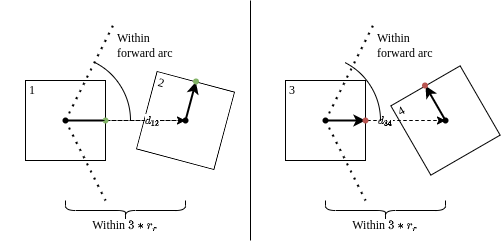
tianyilim/ic-fyp keeps this draw.io diagram as doc/Code Illus/dwa_replan_condition.drawio.png. Above is the earlier version. Source tidied: cells renumbered, new cells last; positions are measured from the earlier drawing's top-left corner, leaving out a move shared by most shapes.
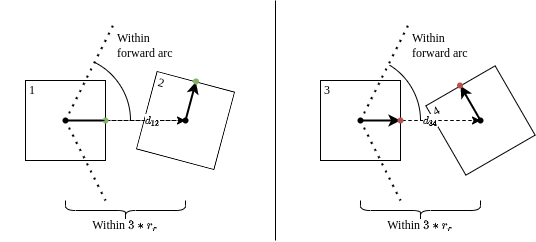
The same file after the commit.

Diff of the diagram source:
```diff
@@ -3,44 +3,44 @@
     <mxCell id="0" />
     <mxCell id="1" parent="0" />
     <mxCell id="2" value="1" style="whiteSpace=wrap;html=1;align=left;verticalAlign=top;spacingLeft=2;fontFamily=Comptuer Modern;fontSource=http%3A%2F%2Fmirrors.ctan.org%2Ffonts%2Fcm-unicode%2Ffonts%2Fotf%2Fcmunbxo.otf;spacingTop=-4;" parent="1" vertex="1">
-      <mxGeometry x="25" y="80" width="80" height="80" as="geometry" />
+      <mxGeometry y="80" width="80" height="80" as="geometry" />
     </mxCell>
     <mxCell id="3" value="2" style="whiteSpace=wrap;html=1;align=left;verticalAlign=top;spacingLeft=2;fontFamily=Comptuer Modern;fontSource=http%3A%2F%2Fmirrors.ctan.org%2Ffonts%2Fcm-unicode%2Ffonts%2Fotf%2Fcmunbxo.otf;rotation=15;spacingTop=-4;" parent="1" vertex="1">
-      <mxGeometry x="145" y="80" width="80" height="80" as="geometry" />
+      <mxGeometry x="120" y="80" width="80" height="80" as="geometry" />
     </mxCell>
     <mxCell id="4" style="endArrow=none;dashed=1;html=1;dashPattern=1 3;strokeWidth=2;rounded=0;fontFamily=Comptuer Modern;fontSource=http%3A%2F%2Fmirrors.ctan.org%2Ffonts%2Fcm-unicode%2Ffonts%2Fotf%2Fcmunbxo.otf;exitX=0.596;exitY=0.591;exitDx=0;exitDy=0;exitPerimeter=0;" parent="1" edge="1" source="6">
       <mxGeometry relative="1" as="geometry">
-        <mxPoint x="115" y="20" as="targetPoint" />
+        <mxPoint x="90" y="20" as="targetPoint" />
       </mxGeometry>
     </mxCell>
     <mxCell id="5" style="edgeStyle=orthogonalEdgeStyle;rounded=0;jettySize=auto;html=1;dashed=1;fontFamily=Comptuer Modern;fontSource=http%3A%2F%2Fmirrors.ctan.org%2Ffonts%2Fcm-unicode%2Ffonts%2Fotf%2Fcmunbxo.otf;" parent="1" edge="1" source="6" target="11">
       <mxGeometry relative="1" as="geometry" />
     </mxCell>
     <mxCell id="6" style="shape=waypoint;sketch=0;fillStyle=solid;size=6;points=[];fillColor=none;perimeter=centerPerimeter;snapToPoint=1;fontFamily=Comptuer Modern;fontSource=http%3A%2F%2Fmirrors.ctan.org%2Ffonts%2Fcm-unicode%2Ffonts%2Fotf%2Fcmunbxo.otf;" parent="1" vertex="1">
-      <mxGeometry x="45" y="100" width="40" height="40" as="geometry" />
+      <mxGeometry x="20" y="100" width="40" height="40" as="geometry" />
     </mxCell>
     <mxCell id="7" style="endArrow=none;dashed=1;html=1;dashPattern=1 3;strokeWidth=2;rounded=0;fontFamily=Comptuer Modern;fontSource=http%3A%2F%2Fmirrors.ctan.org%2Ffonts%2Fcm-unicode%2Ffonts%2Fotf%2Fcmunbxo.otf;exitX=0.578;exitY=0.471;exitDx=0;exitDy=0;exitPerimeter=0;" parent="1" edge="1" source="6">
       <mxGeometry relative="1" as="geometry">
-        <mxPoint x="105" y="200" as="targetPoint" />
+        <mxPoint x="80" y="200" as="targetPoint" />
       </mxGeometry>
     </mxCell>
     <mxCell id="8" style="shape=curlyBracket;whiteSpace=wrap;html=1;rounded=1;flipH=1;fontFamily=Comptuer Modern;fontSource=http%3A%2F%2Fmirrors.ctan.org%2Ffonts%2Fcm-unicode%2Ffonts%2Fotf%2Fcmunbxo.otf;rotation=90;" parent="1" vertex="1">
-      <mxGeometry x="115" y="150" width="20" height="120" as="geometry" />
+      <mxGeometry x="90" y="150" width="20" height="120" as="geometry" />
     </mxCell>
     <mxCell id="9" value="Within \(3*r_r\)" style="text;html=1;strokeColor=none;fillColor=none;align=center;verticalAlign=middle;whiteSpace=wrap;rounded=0;fontFamily=Comptuer Modern;fontSource=http%3A%2F%2Fmirrors.ctan.org%2Ffonts%2Fcm-unicode%2Ffonts%2Fotf%2Fcmunbxo.otf;" parent="1" vertex="1">
-      <mxGeometry x="90" y="210" width="70" height="30" as="geometry" />
+      <mxGeometry x="65" y="210" width="70" height="30" as="geometry" />
     </mxCell>
     <mxCell id="10" value="\(d_{12}\)" style="endArrow=none;dashed=1;html=1;strokeWidth=1;rounded=0;fontFamily=Comptuer Modern;fontSource=http%3A%2F%2Fmirrors.ctan.org%2Ffonts%2Fcm-unicode%2Ffonts%2Fotf%2Fcmunbxo.otf;entryX=0.492;entryY=0.574;entryDx=0;entryDy=0;entryPerimeter=0;startArrow=none;" parent="1" edge="1" source="35" target="11">
       <mxGeometry x="0.17" relative="1" as="geometry" />
     </mxCell>
     <mxCell id="11" style="shape=waypoint;sketch=0;fillStyle=solid;size=6;points=[];fillColor=none;perimeter=centerPerimeter;snapToPoint=1;fontFamily=Comptuer Modern;fontSource=http%3A%2F%2Fmirrors.ctan.org%2Ffonts%2Fcm-unicode%2Ffonts%2Fotf%2Fcmunbxo.otf;" parent="1" vertex="1">
-      <mxGeometry x="165" y="100" width="40" height="40" as="geometry" />
+      <mxGeometry x="140" y="100" width="40" height="40" as="geometry" />
     </mxCell>
     <mxCell id="12" style="verticalLabelPosition=bottom;verticalAlign=top;html=1;shape=mxgraph.basic.arc;startAngle=0.07505994886438067;endAngle=0.25;fontFamily=Comptuer Modern;fontSource=http%3A%2F%2Fmirrors.ctan.org%2Ffonts%2Fcm-unicode%2Ffonts%2Fotf%2Fcmunbxo.otf;" parent="1" vertex="1">
-      <mxGeometry y="55" width="130" height="130" as="geometry" />
+      <mxGeometry x="-25" y="55" width="130" height="130" as="geometry" />
     </mxCell>
     <mxCell id="13" value="Within forward arc" style="text;html=1;strokeColor=none;fillColor=none;align=left;verticalAlign=middle;whiteSpace=wrap;rounded=0;fontFamily=Comptuer Modern;fontSource=http%3A%2F%2Fmirrors.ctan.org%2Ffonts%2Fcm-unicode%2Ffonts%2Fotf%2Fcmunbxo.otf;" parent="1" vertex="1">
-      <mxGeometry x="115" y="30" width="60" height="30" as="geometry" />
+      <mxGeometry x="90" y="30" width="60" height="30" as="geometry" />
     </mxCell>
     <mxCell id="14" style="endArrow=classic;html=1;rounded=0;fontFamily=Comptuer Modern;fontSource=http%3A%2F%2Fmirrors.ctan.org%2Ffonts%2Fcm-unicode%2Ffonts%2Fotf%2Fcmunbxo.otf;exitDx=0;exitDy=0;exitPerimeter=0;entryX=1;entryY=0.5;entryDx=0;entryDy=0;strokeWidth=2;startArrow=none;" parent="1" edge="1" source="35" target="2">
       <mxGeometry relative="1" as="geometry" />
@@ -49,49 +49,49 @@
       <mxGeometry relative="1" as="geometry" />
     </mxCell>
     <mxCell id="16" value="3" style="whiteSpace=wrap;html=1;align=left;verticalAlign=top;spacingLeft=2;fontFamily=Comptuer Modern;fontSource=http%3A%2F%2Fmirrors.ctan.org%2Ffonts%2Fcm-unicode%2Ffonts%2Fotf%2Fcmunbxo.otf;spacingTop=-4;" parent="1" vertex="1">
-      <mxGeometry x="285" y="80" width="80" height="80" as="geometry" />
+      <mxGeometry x="295" y="80" width="80" height="80" as="geometry" />
     </mxCell>
     <mxCell id="17" value="4" style="whiteSpace=wrap;html=1;align=left;verticalAlign=top;spacingLeft=2;fontFamily=Comptuer Modern;fontSource=http%3A%2F%2Fmirrors.ctan.org%2Ffonts%2Fcm-unicode%2Ffonts%2Fotf%2Fcmunbxo.otf;rotation=-30;spacingTop=-4;" parent="1" vertex="1">
-      <mxGeometry x="405" y="80" width="80" height="80" as="geometry" />
+      <mxGeometry x="415" y="80" width="80" height="80" as="geometry" />
     </mxCell>
     <mxCell id="18" style="endArrow=none;dashed=1;html=1;dashPattern=1 3;strokeWidth=2;rounded=0;fontFamily=Comptuer Modern;fontSource=http%3A%2F%2Fmirrors.ctan.org%2Ffonts%2Fcm-unicode%2Ffonts%2Fotf%2Fcmunbxo.otf;exitX=0.596;exitY=0.591;exitDx=0;exitDy=0;exitPerimeter=0;" parent="1" edge="1" source="20">
       <mxGeometry relative="1" as="geometry">
-        <mxPoint x="375" y="20" as="targetPoint" />
+        <mxPoint x="385" y="20" as="targetPoint" />
       </mxGeometry>
     </mxCell>
     <mxCell id="19" style="edgeStyle=orthogonalEdgeStyle;rounded=0;jettySize=auto;html=1;dashed=1;fontFamily=Comptuer Modern;fontSource=http%3A%2F%2Fmirrors.ctan.org%2Ffonts%2Fcm-unicode%2Ffonts%2Fotf%2Fcmunbxo.otf;" parent="1" edge="1" source="20" target="25">
       <mxGeometry relative="1" as="geometry" />
     </mxCell>
     <mxCell id="20" style="shape=waypoint;sketch=0;fillStyle=solid;size=6;points=[];fillColor=none;perimeter=centerPerimeter;snapToPoint=1;fontFamily=Comptuer Modern;fontSource=http%3A%2F%2Fmirrors.ctan.org%2Ffonts%2Fcm-unicode%2Ffonts%2Fotf%2Fcmunbxo.otf;" parent="1" vertex="1">
-      <mxGeometry x="305" y="100" width="40" height="40" as="geometry" />
+      <mxGeometry x="315" y="100" width="40" height="40" as="geometry" />
     </mxCell>
     <mxCell id="21" style="endArrow=none;dashed=1;html=1;dashPattern=1 3;strokeWidth=2;rounded=0;fontFamily=Comptuer Modern;fontSource=http%3A%2F%2Fmirrors.ctan.org%2Ffonts%2Fcm-unicode%2Ffonts%2Fotf%2Fcmunbxo.otf;exitX=0.578;exitY=0.471;exitDx=0;exitDy=0;exitPerimeter=0;" parent="1" edge="1" source="20">
       <mxGeometry relative="1" as="geometry">
-        <mxPoint x="365" y="200" as="targetPoint" />
+        <mxPoint x="375" y="200" as="targetPoint" />
       </mxGeometry>
     </mxCell>
     <mxCell id="22" style="shape=curlyBracket;whiteSpace=wrap;html=1;rounded=1;flipH=1;fontFamily=Comptuer Modern;fontSource=http%3A%2F%2Fmirrors.ctan.org%2Ffonts%2Fcm-unicode%2Ffonts%2Fotf%2Fcmunbxo.otf;rotation=90;" parent="1" vertex="1">
-      <mxGeometry x="375" y="150" width="20" height="120" as="geometry" />
+      <mxGeometry x="385" y="150" width="20" height="120" as="geometry" />
     </mxCell>
     <mxCell id="23" value="Within \(3*r_r\)" style="text;html=1;strokeColor=none;fillColor=none;align=center;verticalAlign=middle;whiteSpace=wrap;rounded=0;fontFamily=Comptuer Modern;fontSource=http%3A%2F%2Fmirrors.ctan.org%2Ffonts%2Fcm-unicode%2Ffonts%2Fotf%2Fcmunbxo.otf;" parent="1" vertex="1">
-      <mxGeometry x="350" y="210" width="70" height="30" as="geometry" />
+      <mxGeometry x="360" y="210" width="70" height="30" as="geometry" />
     </mxCell>
     <mxCell id="24" value="\(d_{34}\)" style="endArrow=none;dashed=1;html=1;strokeWidth=1;rounded=0;fontFamily=Comptuer Modern;fontSource=http%3A%2F%2Fmirrors.ctan.org%2Ffonts%2Fcm-unicode%2Ffonts%2Fotf%2Fcmunbxo.otf;entryX=0.492;entryY=0.574;entryDx=0;entryDy=0;entryPerimeter=0;" parent="1" edge="1" source="20" target="25">
-      <mxGeometry relative="1" as="geometry" />
+      <mxGeometry x="0.17" relative="1" as="geometry" />
     </mxCell>
     <mxCell id="25" style="shape=waypoint;sketch=0;fillStyle=solid;size=6;points=[];fillColor=none;perimeter=centerPerimeter;snapToPoint=1;fontFamily=Comptuer Modern;fontSource=http%3A%2F%2Fmirrors.ctan.org%2Ffonts%2Fcm-unicode%2Ffonts%2Fotf%2Fcmunbxo.otf;" parent="1" vertex="1">
-      <mxGeometry x="425" y="100" width="40" height="40" as="geometry" />
+      <mxGeometry x="435" y="100" width="40" height="40" as="geometry" />
     </mxCell>
-    <mxCell id="26" style="verticalLabelPosition=bottom;verticalAlign=top;html=1;shape=mxgraph.basic.arc;startAngle=0.07505994886438067;endAngle=0.25;fontFamily=Comptuer Modern;fontSource=http%3A%2F%2Fmirrors.ctan.org%2Ffonts%2Fcm-unicode%2Ffonts%2Fotf%2Fcmunbxo.otf;" parent="1" vertex="1">
-      <mxGeometry x="250" y="55" width="130" height="130" as="geometry" />
+    <mxCell id="26" style="verticalLabelPosition=bottom;verticalAlign=top;html=1;shape=mxgraph.basic.arc;startAngle=0.08708216907011947;endAngle=0.25;fontFamily=Comptuer Modern;fontSource=http%3A%2F%2Fmirrors.ctan.org%2Ffonts%2Fcm-unicode%2Ffonts%2Fotf%2Fcmunbxo.otf;" parent="1" vertex="1">
+      <mxGeometry x="265" y="55" width="130" height="130" as="geometry" />
     </mxCell>
     <mxCell id="27" value="Within forward arc" style="text;html=1;strokeColor=none;fillColor=none;align=left;verticalAlign=middle;whiteSpace=wrap;rounded=0;fontFamily=Comptuer Modern;fontSource=http%3A%2F%2Fmirrors.ctan.org%2Ffonts%2Fcm-unicode%2Ffonts%2Fotf%2Fcmunbxo.otf;" parent="1" vertex="1">
-      <mxGeometry x="375" y="30" width="60" height="30" as="geometry" />
+      <mxGeometry x="385" y="30" width="60" height="30" as="geometry" />
     </mxCell>
     <mxCell id="28" style="endArrow=classic;html=1;rounded=0;fontFamily=Comptuer Modern;fontSource=http%3A%2F%2Fmirrors.ctan.org%2Ffonts%2Fcm-unicode%2Ffonts%2Fotf%2Fcmunbxo.otf;exitX=0.418;exitY=0.421;exitDx=0;exitDy=0;exitPerimeter=0;entryX=1;entryY=0.5;entryDx=0;entryDy=0;strokeWidth=2;" parent="1" edge="1" source="20" target="16">
       <mxGeometry relative="1" as="geometry">
         <Array as="points">
-          <mxPoint x="335" y="120" />
+          <mxPoint x="345" y="120" />
         </Array>
       </mxGeometry>
     </mxCell>
@@ -105,19 +105,19 @@
       </mxGeometry>
     </mxCell>
     <mxCell id="31" style="shape=waypoint;sketch=0;fillStyle=solid;size=6;fillColor=#d5e8d4;perimeter=centerPerimeter;fontFamily=Comptuer Modern;fontSource=http%3A%2F%2Fmirrors.ctan.org%2Ffonts%2Fcm-unicode%2Ffonts%2Fotf%2Fcmunbxo.otf;strokeColor=#82b366;" parent="1" vertex="1">
-      <mxGeometry x="175.5" y="61" width="40" height="40" as="geometry" />
+      <mxGeometry x="150.5" y="61" width="40" height="40" as="geometry" />
     </mxCell>
     <mxCell id="32" style="endArrow=none;html=1;rounded=0;fontFamily=Comptuer Modern;fontSource=http%3A%2F%2Fmirrors.ctan.org%2Ffonts%2Fcm-unicode%2Ffonts%2Fotf%2Fcmunbxo.otf;exitX=0.418;exitY=0.421;exitDx=0;exitDy=0;exitPerimeter=0;entryDx=0;entryDy=0;strokeWidth=2;" parent="1" edge="1" source="6" target="35">
       <mxGeometry relative="1" as="geometry" />
     </mxCell>
     <mxCell id="33" style="shape=waypoint;sketch=0;fillStyle=solid;size=6;fillColor=#f8cecc;perimeter=centerPerimeter;fontFamily=Comptuer Modern;fontSource=http%3A%2F%2Fmirrors.ctan.org%2Ffonts%2Fcm-unicode%2Ffonts%2Fotf%2Fcmunbxo.otf;strokeColor=#b85450;" parent="1" vertex="1">
-      <mxGeometry x="345" y="100" width="40" height="40" as="geometry" />
+      <mxGeometry x="355" y="100" width="40" height="40" as="geometry" />
     </mxCell>
     <mxCell id="34" style="shape=waypoint;sketch=0;fillStyle=solid;size=6;fillColor=#f8cecc;perimeter=centerPerimeter;fontFamily=Comptuer Modern;fontSource=http%3A%2F%2Fmirrors.ctan.org%2Ffonts%2Fcm-unicode%2Ffonts%2Fotf%2Fcmunbxo.otf;strokeColor=#b85450;" parent="1" vertex="1">
-      <mxGeometry x="404.5" y="65" width="40" height="40" as="geometry" />
+      <mxGeometry x="414.5" y="65" width="40" height="40" as="geometry" />
     </mxCell>
     <mxCell id="35" style="shape=waypoint;sketch=0;fillStyle=solid;size=6;points=[];fillColor=#d5e8d4;perimeter=centerPerimeter;snapToPoint=1;fontFamily=Comptuer Modern;fontSource=http%3A%2F%2Fmirrors.ctan.org%2Ffonts%2Fcm-unicode%2Ffonts%2Fotf%2Fcmunbxo.otf;strokeColor=#82b366;" parent="1" vertex="1">
-      <mxGeometry x="85" y="100" width="40" height="40" as="geometry" />
+      <mxGeometry x="60" y="100" width="40" height="40" as="geometry" />
     </mxCell>
     <mxCell id="36" style="endArrow=none;dashed=1;html=1;strokeWidth=1;rounded=0;fontFamily=Comptuer Modern;fontSource=http%3A%2F%2Fmirrors.ctan.org%2Ffonts%2Fcm-unicode%2Ffonts%2Fotf%2Fcmunbxo.otf;entryDx=0;entryDy=0;entryPerimeter=0;" parent="1" edge="1" source="6" target="35">
       <mxGeometry x="0.17" relative="1" as="geometry" />
```
